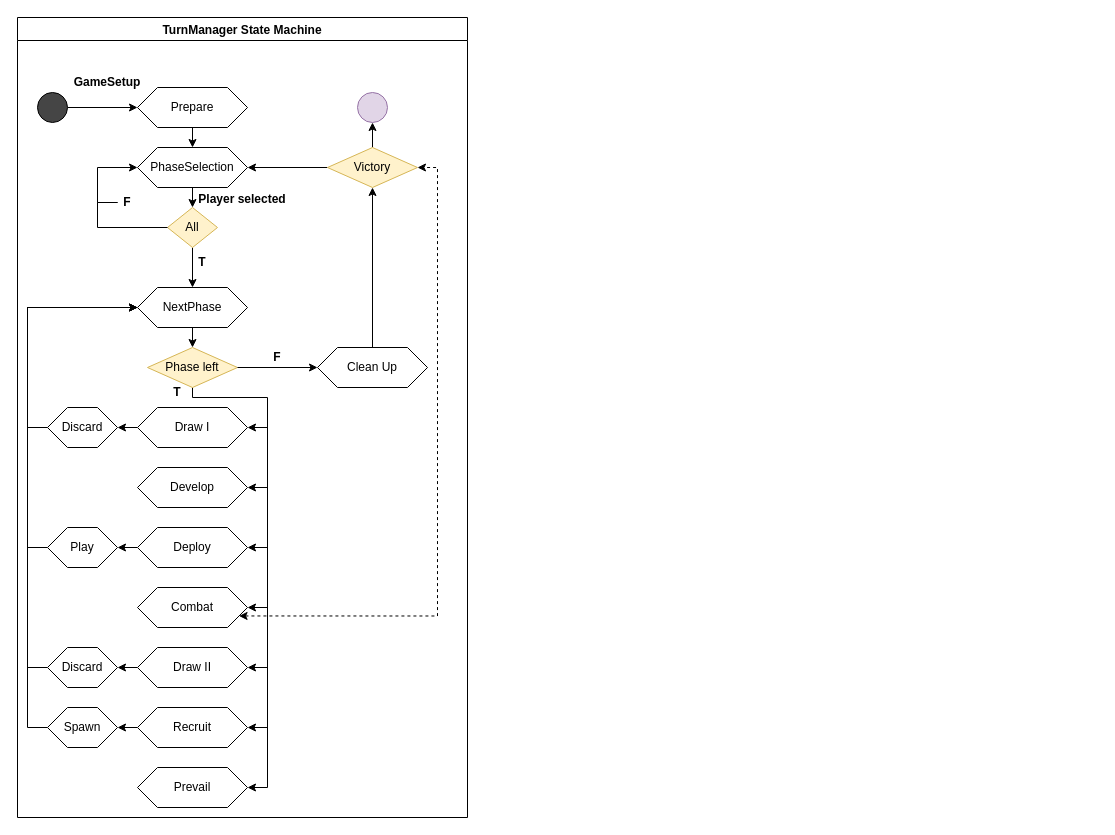
Above: page "TurnManager SM" (2 of 5) of ProgramSchema.drawio in MattW0/Sors (draw.io), before the change. Source tidied: cells renumbered, new cells numbered last; positions are measured from the earlier drawing's top-left corner, leaving out a move shared by most shapes. Both pictures are drawn from the tidied source at 100%, with x=0, y=0 at pixel (17, 17).
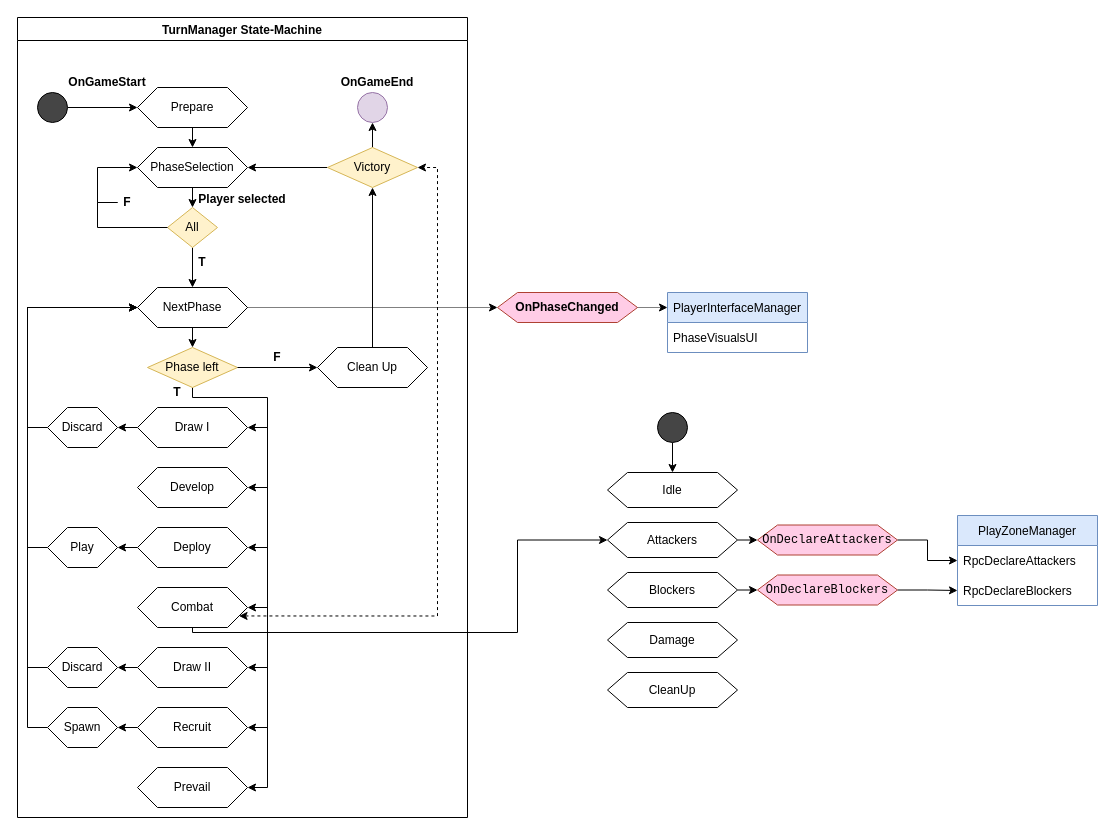
The same page after the edit.

Unchanged cells that the change refers to:
```xml
<mxCell id="17" value="NextPhase" style="shape=hexagon;perimeter=hexagonPerimeter2;whiteSpace=wrap;html=1;fixedSize=1;" parent="2" vertex="1">
  <mxGeometry x="120" y="270" width="110" height="40" as="geometry" />
</mxCell>
<mxCell id="35" value="Combat" style="shape=hexagon;perimeter=hexagonPerimeter2;whiteSpace=wrap;html=1;fixedSize=1;" parent="2" vertex="1">
  <mxGeometry x="120" y="570" width="110" height="40" as="geometry" />
</mxCell>
```

Change to the diagram source:
```diff
@@
-    <mxCell id="2" value="TurnManager State Machine" style="swimlane;" parent="1" vertex="1">
+    <mxCell id="2" value="TurnManager State-Machine" style="swimlane;" parent="1" vertex="1">
       <mxGeometry width="450" height="800" as="geometry" />
     </mxCell>
@@
-    <mxCell id="7" value="&lt;b&gt;GameSetup&lt;/b&gt;" style="text;html=1;strokeColor=none;fillColor=none;align=center;verticalAlign=middle;whiteSpace=wrap;rounded=0;" parent="2" vertex="1">
+    <mxCell id="7" value="&lt;b&gt;OnGameStart&lt;/b&gt;" style="text;html=1;strokeColor=none;fillColor=none;align=center;verticalAlign=middle;whiteSpace=wrap;rounded=0;" parent="2" vertex="1">
       <mxGeometry x="60" y="50" width="60" height="30" as="geometry" />
     </mxCell>
@@
+    <mxCell id="56" value="&lt;b&gt;OnGameEnd&lt;/b&gt;" style="text;html=1;strokeColor=none;fillColor=none;align=center;verticalAlign=middle;whiteSpace=wrap;rounded=0;" parent="2" vertex="1">
+      <mxGeometry x="330" y="50" width="60" height="30" as="geometry" />
+    </mxCell>
+    <mxCell id="57" style="edgeStyle=orthogonalEdgeStyle;rounded=0;jettySize=auto;html=1;exitX=1;exitY=0.5;exitDx=0;exitDy=0;entryX=0;entryY=0.25;entryDx=0;entryDy=0;dashed=1;dashPattern=1 1;elbow=vertical;" parent="1" edge="1" source="58" target="60">
+      <mxGeometry relative="1" as="geometry" />
+    </mxCell>
+    <mxCell id="58" value="&lt;b&gt;OnPhaseChanged&lt;/b&gt;" style="shape=hexagon;perimeter=hexagonPerimeter2;whiteSpace=wrap;html=1;fixedSize=1;fillColor=#FFCCE6;strokeColor=#ae4132;" parent="1" vertex="1">
+      <mxGeometry x="480" y="275" width="140" height="30" as="geometry" />
+    </mxCell>
+    <mxCell id="59" style="edgeStyle=orthogonalEdgeStyle;rounded=0;jettySize=auto;html=1;exitX=1;exitY=0.5;exitDx=0;exitDy=0;entryX=0;entryY=0.5;entryDx=0;entryDy=0;elbow=vertical;dashed=1;dashPattern=1 1;" parent="1" edge="1" source="17" target="58">
+      <mxGeometry relative="1" as="geometry" />
+    </mxCell>
+    <mxCell id="60" value="PlayerInterfaceManager" style="swimlane;fontStyle=0;horizontal=1;startSize=30;fillColor=#dae8fc;strokeColor=#6c8ebf;" parent="1" vertex="1">
+      <mxGeometry x="650" y="275" width="140" height="60" as="geometry" />
+    </mxCell>
+    <mxCell id="61" value="PhaseVisualsUI" style="text;strokeColor=none;fillColor=none;align=left;verticalAlign=middle;spacingLeft=4;spacingRight=4;overflow=hidden;" parent="60" vertex="1">
+      <mxGeometry y="30" width="140" height="30" as="geometry" />
+    </mxCell>
+    <mxCell id="62" value="Idle" style="shape=hexagon;perimeter=hexagonPerimeter2;whiteSpace=wrap;html=1;fixedSize=1;" parent="1" vertex="1">
+      <mxGeometry x="590" y="455" width="130" height="35" as="geometry" />
+    </mxCell>
+    <mxCell id="63" style="edgeStyle=orthogonalEdgeStyle;rounded=0;jettySize=auto;html=1;exitX=1;exitY=0.5;exitDx=0;exitDy=0;entryX=0;entryY=0.5;entryDx=0;entryDy=0;fontColor=#000000;elbow=vertical;" parent="1" edge="1" source="64" target="78">
+      <mxGeometry relative="1" as="geometry" />
+    </mxCell>
+    <mxCell id="64" value="Blockers" style="shape=hexagon;perimeter=hexagonPerimeter2;whiteSpace=wrap;html=1;fixedSize=1;" parent="1" vertex="1">
+      <mxGeometry x="590" y="555" width="130" height="35" as="geometry" />
+    </mxCell>
+    <mxCell id="65" style="edgeStyle=orthogonalEdgeStyle;rounded=0;jettySize=auto;html=1;exitX=1;exitY=0.5;exitDx=0;exitDy=0;entryX=0;entryY=0.5;entryDx=0;entryDy=0;fontColor=#000000;elbow=vertical;" parent="1" edge="1" source="66" target="76">
+      <mxGeometry relative="1" as="geometry" />
+    </mxCell>
+    <mxCell id="66" value="Attackers" style="shape=hexagon;perimeter=hexagonPerimeter2;whiteSpace=wrap;html=1;fixedSize=1;" parent="1" vertex="1">
+      <mxGeometry x="590" y="505" width="130" height="35" as="geometry" />
+    </mxCell>
+    <mxCell id="67" value="Damage" style="shape=hexagon;perimeter=hexagonPerimeter2;whiteSpace=wrap;html=1;fixedSize=1;" parent="1" vertex="1">
+      <mxGeometry x="590" y="605" width="130" height="35" as="geometry" />
+    </mxCell>
+    <mxCell id="68" value="CleanUp" style="shape=hexagon;perimeter=hexagonPerimeter2;whiteSpace=wrap;html=1;fixedSize=1;" parent="1" vertex="1">
+      <mxGeometry x="590" y="655" width="130" height="35" as="geometry" />
+    </mxCell>
+    <mxCell id="69" style="edgeStyle=orthogonalEdgeStyle;rounded=0;jettySize=auto;html=1;exitX=0.5;exitY=1;exitDx=0;exitDy=0;entryX=0.5;entryY=0;entryDx=0;entryDy=0;elbow=vertical;" parent="1" edge="1" source="70" target="62">
+      <mxGeometry relative="1" as="geometry" />
+    </mxCell>
+    <mxCell id="70" style="ellipse;whiteSpace=wrap;html=1;fillColor=#454545;" parent="1" vertex="1">
+      <mxGeometry x="640" y="395" width="30" height="30" as="geometry" />
+    </mxCell>
+    <mxCell id="71" style="edgeStyle=orthogonalEdgeStyle;rounded=0;jettySize=auto;html=1;exitX=0.5;exitY=1;exitDx=0;exitDy=0;entryX=0;entryY=0.5;entryDx=0;entryDy=0;elbow=vertical;" parent="1" edge="1" source="35" target="66">
+      <mxGeometry relative="1" as="geometry">
+        <Array as="points">
+          <mxPoint x="175" y="615" />
+          <mxPoint x="500" y="615" />
+          <mxPoint x="500" y="522" />
+        </Array>
+      </mxGeometry>
+    </mxCell>
+    <mxCell id="72" value="PlayZoneManager" style="swimlane;fontStyle=0;horizontal=1;startSize=30;fillColor=#dae8fc;strokeColor=#6c8ebf;" parent="1" vertex="1">
+      <mxGeometry x="940" y="498" width="140" height="90" as="geometry" />
+    </mxCell>
+    <mxCell id="73" value="RpcDeclareAttackers" style="text;strokeColor=none;fillColor=none;align=left;verticalAlign=middle;spacingLeft=4;spacingRight=4;overflow=hidden;points=[[0,0.5],[1,0.5]];portConstraint=eastwest;" parent="72" vertex="1">
+      <mxGeometry y="30" width="140" height="30" as="geometry" />
+    </mxCell>
+    <mxCell id="74" value="RpcDeclareBlockers" style="text;strokeColor=none;fillColor=none;align=left;verticalAlign=middle;spacingLeft=4;spacingRight=4;overflow=hidden;points=[[0,0.5],[1,0.5]];portConstraint=eastwest;" parent="72" vertex="1">
+      <mxGeometry y="60" width="140" height="30" as="geometry" />
+    </mxCell>
+    <mxCell id="75" style="edgeStyle=orthogonalEdgeStyle;rounded=0;jettySize=auto;html=1;exitX=1;exitY=0.5;exitDx=0;exitDy=0;entryX=0;entryY=0.5;entryDx=0;entryDy=0;fontColor=#000000;elbow=vertical;" parent="1" edge="1" source="76" target="73">
+      <mxGeometry relative="1" as="geometry" />
+    </mxCell>
+    <mxCell id="76" value="&lt;pre style=&quot;font-family: &amp;quot;JetBrains Mono&amp;quot;, monospace;&quot;&gt;OnDeclareAttackers&lt;/pre&gt;" style="shape=hexagon;perimeter=hexagonPerimeter2;whiteSpace=wrap;html=1;fixedSize=1;fillColor=#FFCCE6;strokeColor=#ae4132;" parent="1" vertex="1">
+      <mxGeometry x="740" y="507.5" width="140" height="30" as="geometry" />
+    </mxCell>
+    <mxCell id="77" style="edgeStyle=orthogonalEdgeStyle;rounded=0;jettySize=auto;html=1;exitX=1;exitY=0.5;exitDx=0;exitDy=0;entryX=0;entryY=0.5;entryDx=0;entryDy=0;fontColor=#000000;elbow=vertical;" parent="1" edge="1" source="78" target="74">
+      <mxGeometry relative="1" as="geometry" />
+    </mxCell>
+    <mxCell id="78" value="&lt;pre style=&quot;font-family: &amp;quot;JetBrains Mono&amp;quot;, monospace;&quot;&gt;OnDeclareBlockers&lt;/pre&gt;" style="shape=hexagon;perimeter=hexagonPerimeter2;whiteSpace=wrap;html=1;fixedSize=1;fillColor=#FFCCE6;strokeColor=#ae4132;" parent="1" vertex="1">
+      <mxGeometry x="740" y="557.5" width="140" height="30" as="geometry" />
+    </mxCell>
```
